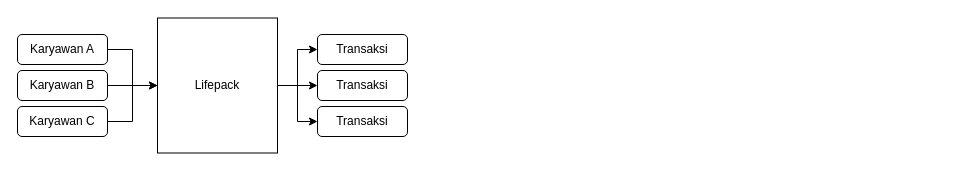
This is analogiAPILifepack.drawio from jezreelkosasih/diagram, a draw.io file, before an edit. Source tidied: cells renumbered, new cells numbered last; positions are measured from the earlier drawing's top-left corner, leaving out a move shared by most shapes. Both pictures are drawn from the tidied source at 100%, with x=0, y=0 at pixel (17, 18).
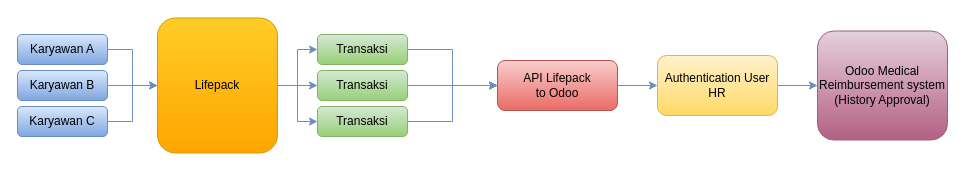
The same diagram, later.

Diff of the diagram source:
```diff
@@
-    <mxCell id="2" style="edgeStyle=orthogonalEdgeStyle;rounded=0;jettySize=auto;html=1;" parent="1" edge="1" source="13" target="8">
+    <mxCell id="2" style="edgeStyle=orthogonalEdgeStyle;rounded=0;jettySize=auto;html=1;fillColor=#dae8fc;gradientColor=#7ea6e0;strokeColor=#6c8ebf;" parent="1" edge="1" source="13" target="8">
       <mxGeometry relative="1" as="geometry" />
     </mxCell>
-    <mxCell id="3" value="Karyawan A" style="rounded=1;whiteSpace=wrap;html=1;" parent="1" vertex="1">
+    <mxCell id="3" value="Karyawan A" style="rounded=1;whiteSpace=wrap;html=1;fillColor=#dae8fc;gradientColor=#7ea6e0;strokeColor=#6c8ebf;" parent="1" vertex="1">
       <mxGeometry y="16" width="90" height="30" as="geometry" />
     </mxCell>
-    <mxCell id="4" style="edgeStyle=orthogonalEdgeStyle;rounded=0;jettySize=auto;html=1;" parent="1" edge="1" source="5" target="9">
+    <mxCell id="4" style="edgeStyle=orthogonalEdgeStyle;rounded=0;jettySize=auto;html=1;fillColor=#dae8fc;gradientColor=#7ea6e0;strokeColor=#6c8ebf;" parent="1" edge="1" source="5" target="9">
       <mxGeometry relative="1" as="geometry" />
     </mxCell>
-    <mxCell id="5" value="Karyawan B" style="rounded=1;whiteSpace=wrap;html=1;" parent="1" vertex="1">
+    <mxCell id="5" value="Karyawan B" style="rounded=1;whiteSpace=wrap;html=1;fillColor=#dae8fc;gradientColor=#7ea6e0;strokeColor=#6c8ebf;" parent="1" vertex="1">
       <mxGeometry y="52" width="90" height="30" as="geometry" />
     </mxCell>
-    <mxCell id="6" style="edgeStyle=orthogonalEdgeStyle;rounded=0;jettySize=auto;html=1;" parent="1" edge="1" source="13" target="10">
+    <mxCell id="6" style="edgeStyle=orthogonalEdgeStyle;rounded=0;jettySize=auto;html=1;fillColor=#dae8fc;gradientColor=#7ea6e0;strokeColor=#6c8ebf;" parent="1" edge="1" source="13" target="10">
       <mxGeometry relative="1" as="geometry" />
     </mxCell>
-    <mxCell id="7" value="Karyawan C" style="rounded=1;whiteSpace=wrap;html=1;" parent="1" vertex="1">
+    <mxCell id="7" value="Karyawan C" style="rounded=1;whiteSpace=wrap;html=1;fillColor=#dae8fc;gradientColor=#7ea6e0;strokeColor=#6c8ebf;" parent="1" vertex="1">
       <mxGeometry y="88" width="90" height="30" as="geometry" />
     </mxCell>
+    <mxCell id="14" style="edgeStyle=orthogonalEdgeStyle;rounded=0;jettySize=auto;html=1;fillColor=#dae8fc;gradientColor=#7ea6e0;strokeColor=#6c8ebf;" parent="1" edge="1" source="8" target="18">
+      <mxGeometry relative="1" as="geometry" />
+    </mxCell>
-    <mxCell id="8" value="Transaksi" style="rounded=1;whiteSpace=wrap;html=1;" parent="1" vertex="1">
+    <mxCell id="8" value="Transaksi" style="rounded=1;whiteSpace=wrap;html=1;fillColor=#d5e8d4;gradientColor=#97d077;strokeColor=#82b366;" parent="1" vertex="1">
       <mxGeometry x="300" y="16" width="90" height="30" as="geometry" />
     </mxCell>
+    <mxCell id="15" style="edgeStyle=orthogonalEdgeStyle;rounded=0;jettySize=auto;html=1;fillColor=#dae8fc;gradientColor=#7ea6e0;strokeColor=#6c8ebf;" parent="1" edge="1" source="9" target="18">
+      <mxGeometry relative="1" as="geometry" />
+    </mxCell>
-    <mxCell id="9" value="Transaksi" style="rounded=1;whiteSpace=wrap;html=1;" parent="1" vertex="1">
+    <mxCell id="9" value="Transaksi" style="rounded=1;whiteSpace=wrap;html=1;fillColor=#d5e8d4;gradientColor=#97d077;strokeColor=#82b366;" parent="1" vertex="1">
       <mxGeometry x="300" y="52" width="90" height="30" as="geometry" />
     </mxCell>
+    <mxCell id="16" style="edgeStyle=orthogonalEdgeStyle;rounded=0;jettySize=auto;html=1;fillColor=#dae8fc;gradientColor=#7ea6e0;strokeColor=#6c8ebf;" parent="1" edge="1" source="10" target="18">
+      <mxGeometry relative="1" as="geometry" />
+    </mxCell>
-    <mxCell id="10" value="Transaksi" style="rounded=1;whiteSpace=wrap;html=1;" parent="1" vertex="1">
+    <mxCell id="10" value="Transaksi" style="rounded=1;whiteSpace=wrap;html=1;fillColor=#d5e8d4;gradientColor=#97d077;strokeColor=#82b366;" parent="1" vertex="1">
       <mxGeometry x="300" y="88" width="90" height="30" as="geometry" />
     </mxCell>
-    <mxCell id="11" style="edgeStyle=orthogonalEdgeStyle;rounded=0;jettySize=auto;html=1;" parent="1" edge="1" source="3" target="13">
+    <mxCell id="11" style="edgeStyle=orthogonalEdgeStyle;rounded=0;jettySize=auto;html=1;fillColor=#dae8fc;gradientColor=#7ea6e0;strokeColor=#6c8ebf;" parent="1" edge="1" source="3" target="13">
       <mxGeometry relative="1" as="geometry" />
     </mxCell>
-    <mxCell id="12" style="edgeStyle=orthogonalEdgeStyle;rounded=0;jettySize=auto;html=1;" parent="1" edge="1" source="7" target="13">
+    <mxCell id="12" style="edgeStyle=orthogonalEdgeStyle;rounded=0;jettySize=auto;html=1;fillColor=#dae8fc;gradientColor=#7ea6e0;strokeColor=#6c8ebf;" parent="1" edge="1" source="7" target="13">
       <mxGeometry relative="1" as="geometry" />
     </mxCell>
-    <mxCell id="13" value="Lifepack" style="rounded=0;whiteSpace=wrap;html=1;" parent="1" vertex="1">
+    <mxCell id="13" value="Lifepack" style="rounded=1;whiteSpace=wrap;html=1;fillColor=#ffcd28;gradientColor=#ffa500;strokeColor=#d79b00;" parent="1" vertex="1">
       <mxGeometry x="140" y="-0.5" width="120" height="135" as="geometry" />
     </mxCell>
+    <mxCell id="17" style="edgeStyle=orthogonalEdgeStyle;rounded=0;jettySize=auto;html=1;fillColor=#dae8fc;gradientColor=#7ea6e0;strokeColor=#6c8ebf;" parent="1" edge="1" source="18" target="20">
+      <mxGeometry relative="1" as="geometry" />
+    </mxCell>
+    <mxCell id="18" value="API Lifepack &lt;br&gt;to Odoo" style="whiteSpace=wrap;html=1;rounded=1;fillColor=#f8cecc;gradientColor=#ea6b66;strokeColor=#b85450;" parent="1" vertex="1">
+      <mxGeometry x="480" y="42" width="120" height="50" as="geometry" />
+    </mxCell>
+    <mxCell id="19" style="edgeStyle=orthogonalEdgeStyle;rounded=0;jettySize=auto;html=1;fillColor=#dae8fc;gradientColor=#7ea6e0;strokeColor=#6c8ebf;" parent="1" edge="1" source="20" target="21">
+      <mxGeometry relative="1" as="geometry" />
+    </mxCell>
+    <mxCell id="20" value="Authentication User HR" style="whiteSpace=wrap;html=1;rounded=1;fillColor=#fff2cc;gradientColor=#ffd966;strokeColor=#d6b656;" parent="1" vertex="1">
+      <mxGeometry x="640" y="37" width="120" height="60" as="geometry" />
+    </mxCell>
+    <mxCell id="21" value="Odoo Medical Reimbursement system (History Approval)" style="whiteSpace=wrap;html=1;rounded=1;fillColor=#e6d0de;gradientColor=#B36084;strokeColor=#996185;" parent="1" vertex="1">
+      <mxGeometry x="800" y="12.5" width="130" height="109" as="geometry" />
+    </mxCell>
```
